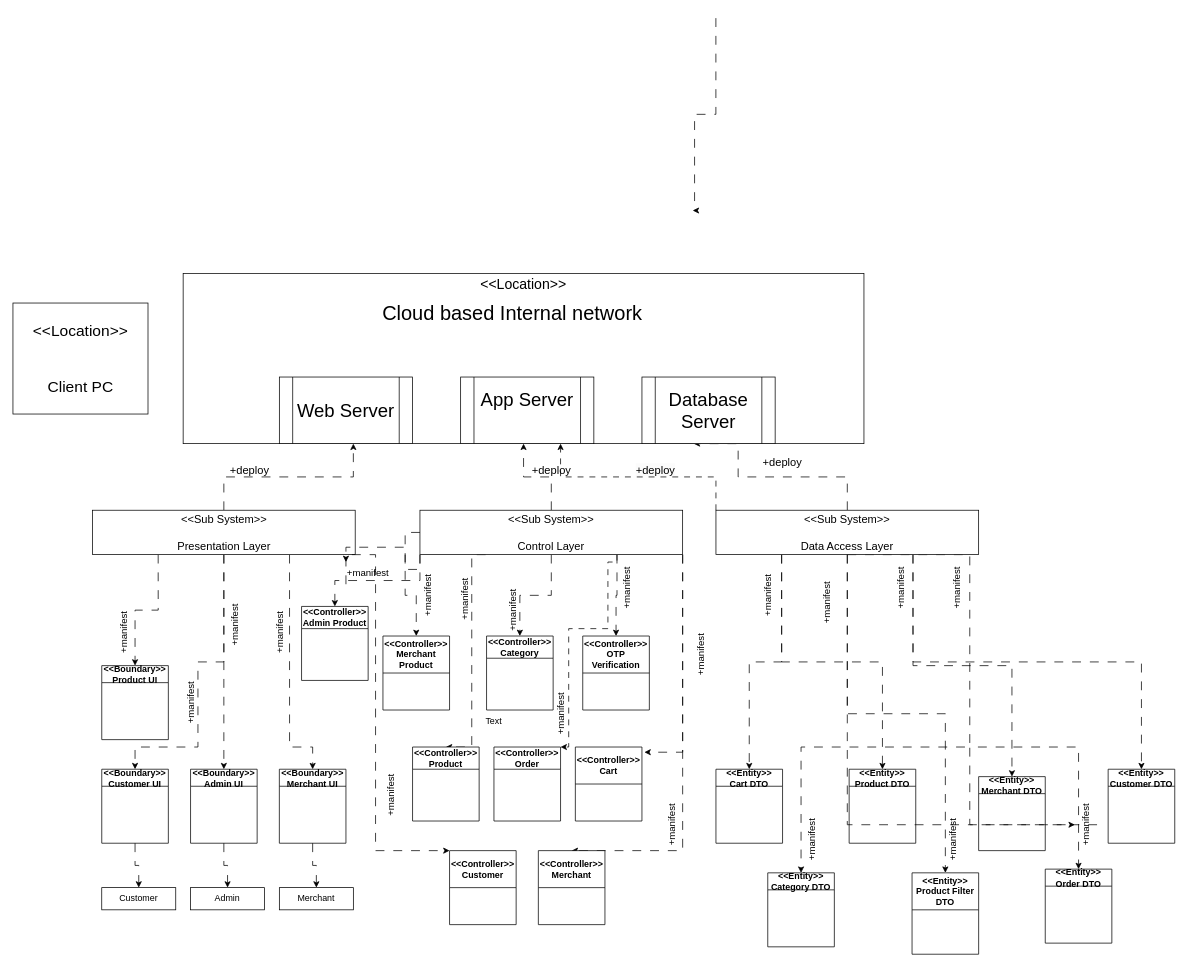
The draw.io diagram Logical.drawio in Krishna-Rishi/epat_2024_aug-, before the edit. Source tidied: cells renumbered, new cells numbered last; positions are measured from the earlier drawing's top-left corner, leaving out a move shared by most shapes. Both pictures are drawn from the tidied source at 74%, with x=0, y=0 at pixel (13, 18).
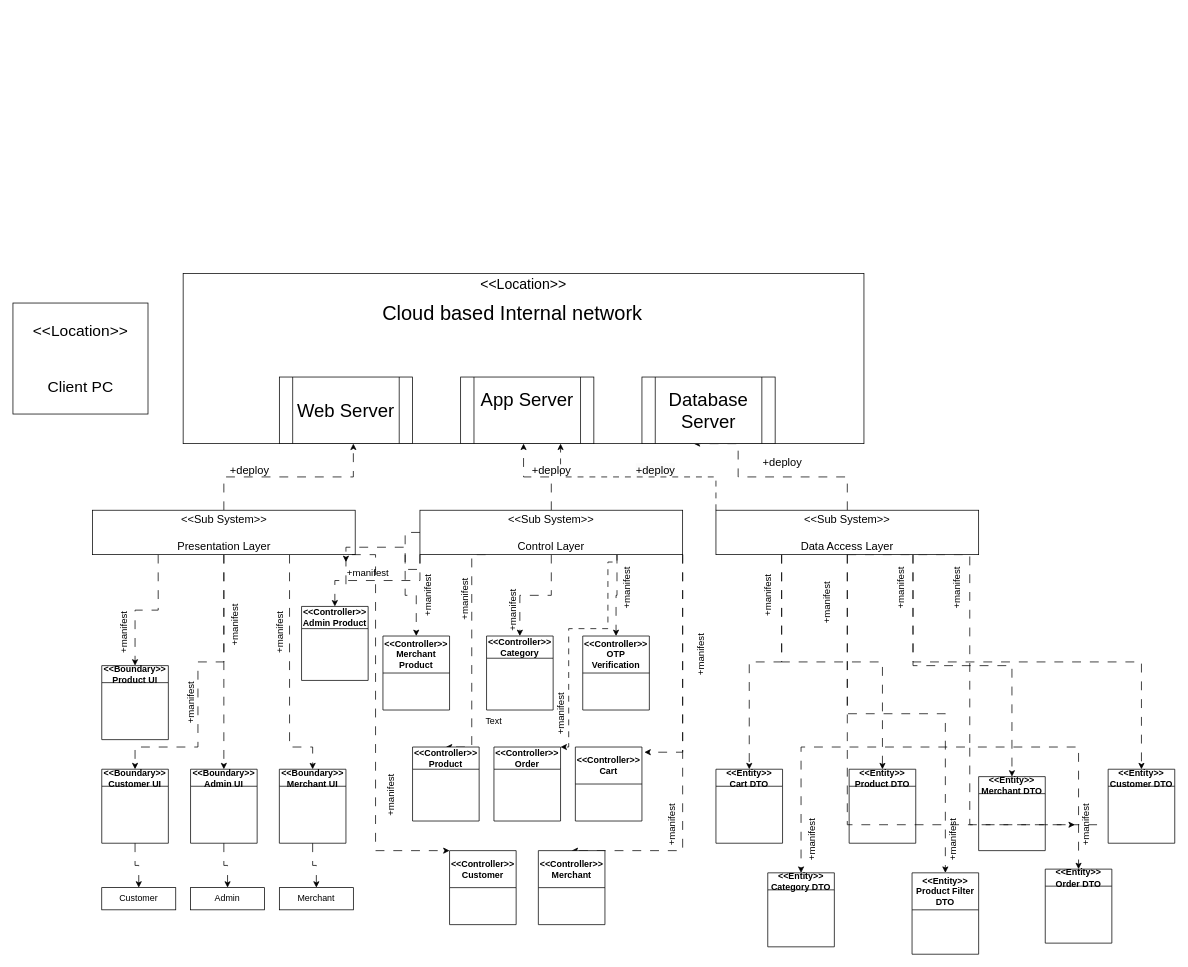
After the change.

The edit, as a diff of the source:
```diff
@@
-    <mxCell id="39" style="edgeStyle=orthogonalEdgeStyle;rounded=0;orthogonalLoop=1;jettySize=auto;html=1;exitX=0.25;exitY=1;exitDx=0;exitDy=0;entryX=0.75;entryY=0;entryDx=0;entryDy=0;dashed=1;dashPattern=12 12;" parent="1" edge="1">
-      <mxGeometry relative="1" as="geometry">
-        <mxPoint x="949.9" as="sourcePoint" />
-        <mxPoint x="918.6" y="260" as="targetPoint" />
-        <Array as="points">
-          <mxPoint x="950.1" y="130" />
-          <mxPoint x="921.1" y="130" />
-          <mxPoint x="921.1" y="260" />
-        </Array>
-      </mxGeometry>
-    </mxCell>
```
